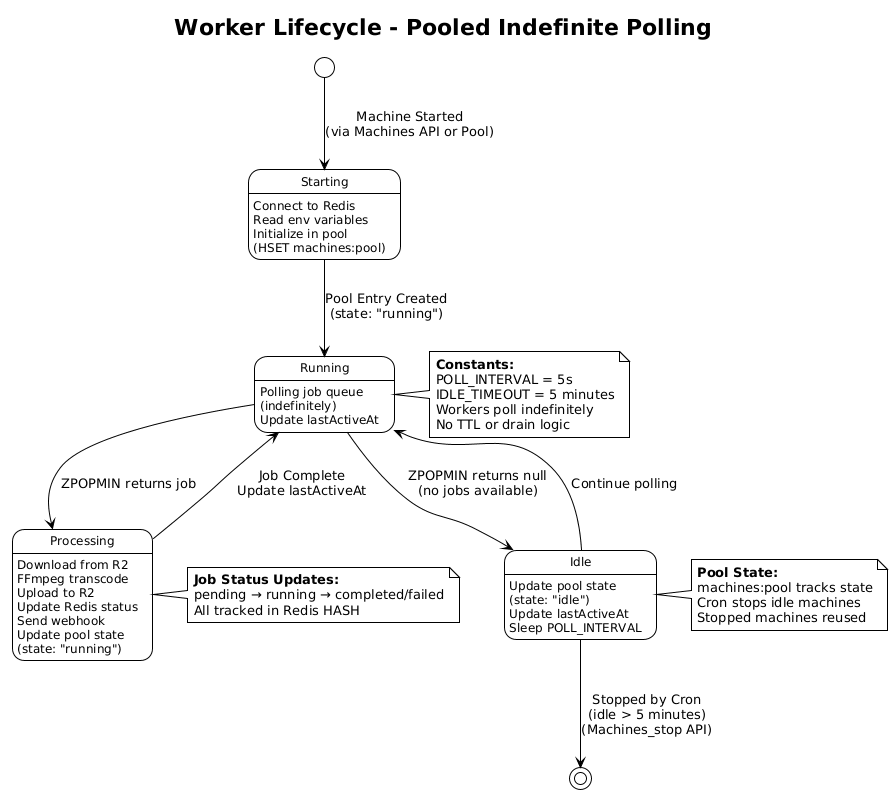
v0id-user/tcoder keeps this PlantUML diagram as design/architecture/RWOS/Worker Lifecycle.png. Above is the earlier version.
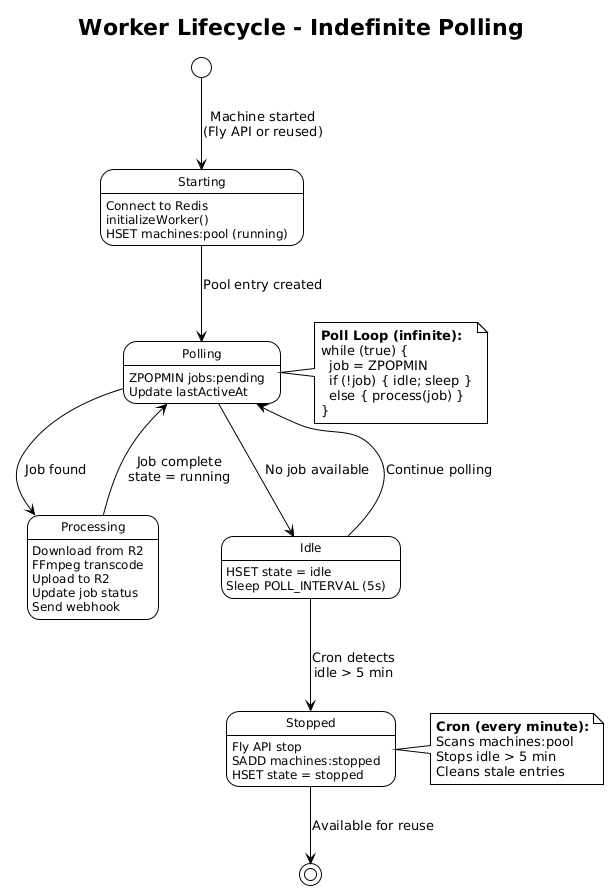
Above is the later version.

Commit message:
refactor: update Admission Control Flow and Worker Lifecycle diagrams for clarity, renaming components and improving flow representation, while enhancing the reuse logic for stopped machines

What changed in the source:
```diff
@@ -2,66 +2,67 @@
 !theme plain
 skinparam stateFontSize 12
 
-title Worker Lifecycle - Pooled Indefinite Polling
+title Worker Lifecycle - Indefinite Polling
 
-[*] --> Starting : Machine Started\n(via Machines API or Pool)
+[*] --> Starting : Machine started\n(Fly API or reused)
 
 state Starting {
     Starting : Connect to Redis
-    Starting : Read env variables
-    Starting : Initialize in pool\n(HSET machines:pool)
+    Starting : initializeWorker()
+    Starting : HSET machines:pool (running)
 }
 
-Starting --> Running : Pool Entry Created\n(state: "running")
+Starting --> Polling : Pool entry created
 
-state Running {
-    Running : Polling job queue\n(indefinitely)
-    Running : Update lastActiveAt
+state Polling {
+    Polling : ZPOPMIN jobs:pending
+    Polling : Update lastActiveAt
 }
 
-Running --> Processing : ZPOPMIN returns job
+Polling --> Processing : Job found
 
 state Processing {
     Processing : Download from R2
     Processing : FFmpeg transcode
     Processing : Upload to R2
-    Processing : Update Redis status
+    Processing : Update job status
     Processing : Send webhook
-    Processing : Update pool state\n(state: "running")
 }
 
-Processing --> Running : Job Complete\nUpdate lastActiveAt
+Processing --> Polling : Job complete\nstate = running
 
-Running --> Idle : ZPOPMIN returns null\n(no jobs available)
+Polling --> Idle : No job available
 
 state Idle {
-    Idle : Update pool state\n(state: "idle")
-    Idle : Update lastActiveAt
-    Idle : Sleep POLL_INTERVAL
+    Idle : HSET state = idle
+    Idle : Sleep POLL_INTERVAL (5s)
 }
 
-Idle --> Running : Continue polling
+Idle --> Polling : Continue polling
 
-Idle --> [*] : Stopped by Cron\n(idle > 5 minutes)\n(Machines_stop API)
+Idle --> Stopped : Cron detects\nidle > 5 min
 
-note right of Running
-  **Constants:**
-  POLL_INTERVAL = 5s
-  IDLE_TIMEOUT = 5 minutes
-  Workers poll indefinitely
-  No TTL or drain logic
+state Stopped {
+    Stopped : Fly API stop
+    Stopped : SADD machines:stopped
+    Stopped : HSET state = stopped
+}
+
+Stopped --> [*] : Available for reuse
+
+note right of Polling
+  **Poll Loop (infinite):**
+  while (true) {
+    job = ZPOPMIN
+    if (!job) { idle; sleep }
+    else { process(job) }
+  }
 end note
 
-note right of Processing
-  **Job Status Updates:**
-  pending → running → completed/failed
-  All tracked in Redis HASH
-end note
-
-note right of Idle
-  **Pool State:**
-  machines:pool tracks state
-  Cron stops idle machines
-  Stopped machines reused
+note right of Stopped
+  **Cron (every minute):**
+  Scans machines:pool
+  Stops idle > 5 min
+  Cleans stale entries
 end note
 @enduml
```
